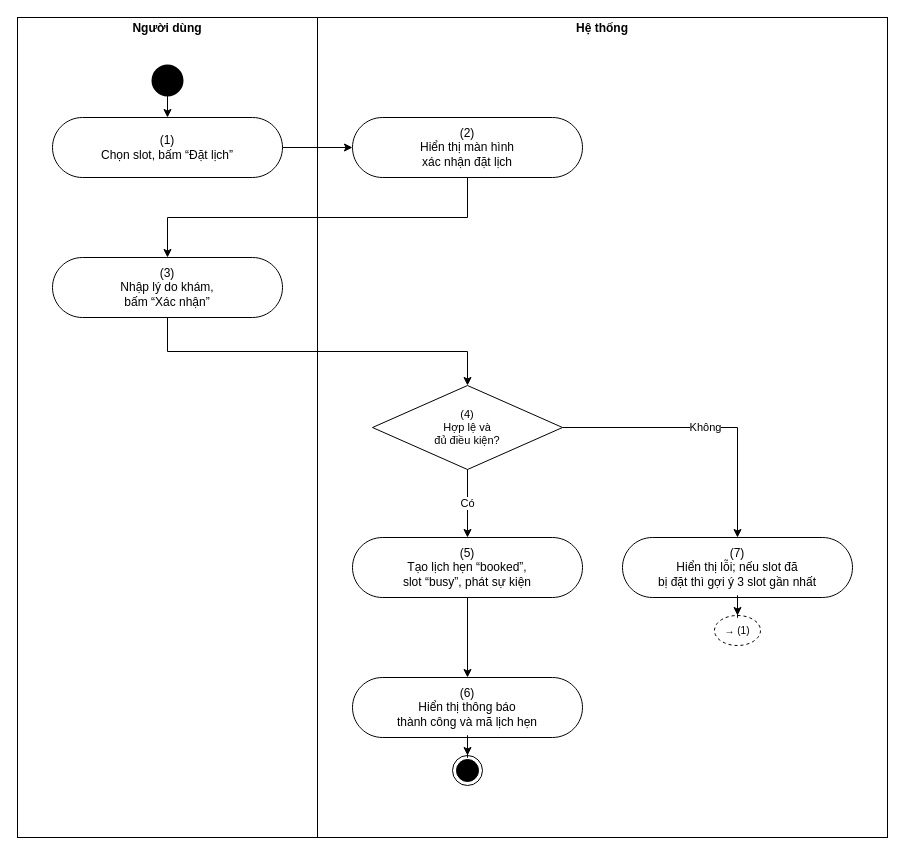
The draw.io diagram page "UC 2 Book an appointment" (2 of 9) of docs/02-requirements/srs/dist/diagrams/10-activity-scheduling.drawio in viethung12062005/smart-hospital-platform, before the edit. Source tidied: cells renumbered, new cells numbered last; positions are measured from the earlier drawing's top-left corner, leaving out a move shared by most shapes. Both pictures are drawn from the tidied source at 100%, with x=0, y=0 at pixel (17, 17).
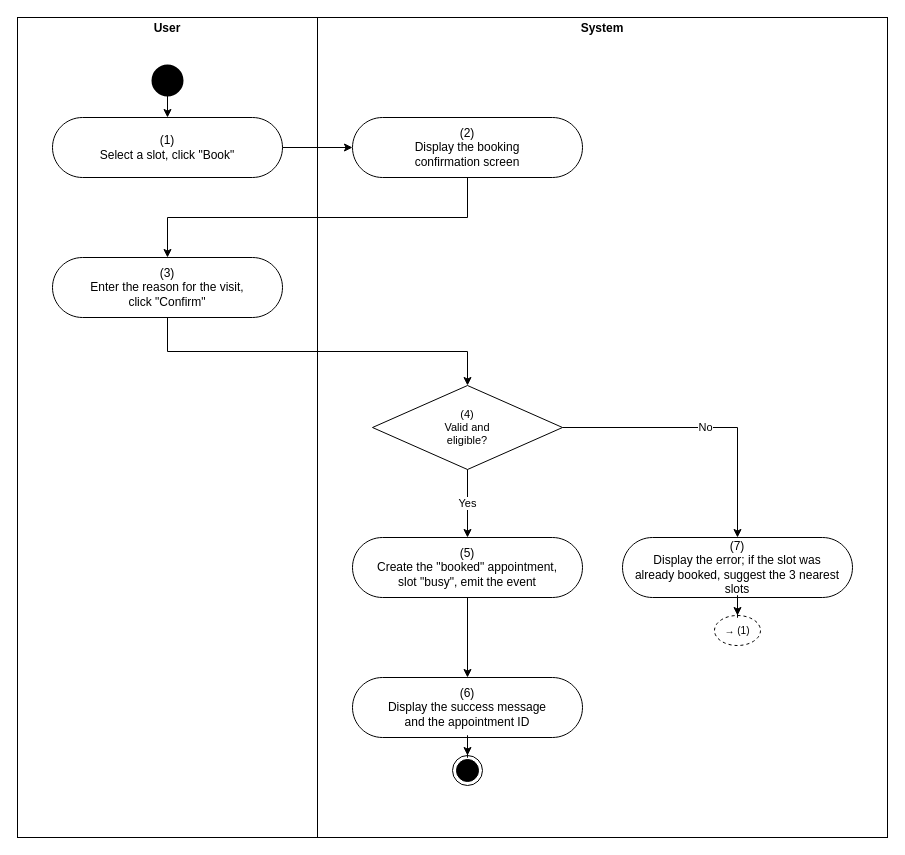
Above is the later version.

The edit, as a diff of the source:
```diff
@@
-    <mxCell id="2" value="&lt;p style=&quot;margin:0px;margin-top:4px;text-align:center&quot;&gt;&lt;b&gt;Người dùng&lt;/b&gt;&lt;/p&gt;" style="verticalAlign=top;align=left;overflow=fill;fontSize=12;fontFamily=Helvetica;html=1;rounded=0;shadow=0;strokeColor=#000000;gradientColor=none;whiteSpace=wrap;" parent="1" vertex="1">
+    <mxCell id="2" value="&lt;p style=&quot;margin:0px;margin-top:4px;text-align:center&quot;&gt;&lt;b&gt;User&lt;/b&gt;&lt;/p&gt;" style="verticalAlign=top;align=left;overflow=fill;fontSize=12;fontFamily=Helvetica;html=1;rounded=0;shadow=0;strokeColor=#000000;gradientColor=none;whiteSpace=wrap;" parent="1" vertex="1">
       <mxGeometry width="300" height="820" as="geometry" />
     </mxCell>
-    <mxCell id="3" value="&lt;p style=&quot;margin:0px;margin-top:4px;text-align:center&quot;&gt;&lt;b&gt;Hệ thống&lt;/b&gt;&lt;/p&gt;" style="verticalAlign=top;align=left;overflow=fill;fontSize=12;fontFamily=Helvetica;html=1;rounded=0;shadow=0;strokeColor=#000000;gradientColor=none;whiteSpace=wrap;" parent="1" vertex="1">
+    <mxCell id="3" value="&lt;p style=&quot;margin:0px;margin-top:4px;text-align:center&quot;&gt;&lt;b&gt;System&lt;/b&gt;&lt;/p&gt;" style="verticalAlign=top;align=left;overflow=fill;fontSize=12;fontFamily=Helvetica;html=1;rounded=0;shadow=0;strokeColor=#000000;gradientColor=none;whiteSpace=wrap;" parent="1" vertex="1">
       <mxGeometry x="300" width="570" height="820" as="geometry" />
     </mxCell>
-    <mxCell id="4" value="(1)&lt;br&gt;Chọn slot, bấm “Đặt lịch”" style="html=1;dashed=0;whitespace=wrap;shape=mxgraph.dfd.start;rounded=0;shadow=0;strokeColor=#000000;gradientColor=none;whiteSpace=wrap;fontSize=12;" parent="1" vertex="1">
+    <mxCell id="4" value="(1)&lt;br&gt;Select a slot, click &amp;quot;Book&amp;quot;" style="html=1;dashed=0;whitespace=wrap;shape=mxgraph.dfd.start;rounded=0;shadow=0;strokeColor=#000000;gradientColor=none;whiteSpace=wrap;fontSize=12;" parent="1" vertex="1">
       <mxGeometry x="35" y="100" width="230" height="60" as="geometry" />
     </mxCell>
-    <mxCell id="5" value="(2)&lt;br&gt;Hiển thị màn hình&lt;br&gt;xác nhận đặt lịch" style="html=1;dashed=0;whitespace=wrap;shape=mxgraph.dfd.start;rounded=0;shadow=0;strokeColor=#000000;gradientColor=none;whiteSpace=wrap;fontSize=12;" parent="1" vertex="1">
+    <mxCell id="5" value="(2)&lt;br&gt;Display the booking&lt;br&gt;confirmation screen" style="html=1;dashed=0;whitespace=wrap;shape=mxgraph.dfd.start;rounded=0;shadow=0;strokeColor=#000000;gradientColor=none;whiteSpace=wrap;fontSize=12;" parent="1" vertex="1">
       <mxGeometry x="335" y="100" width="230" height="60" as="geometry" />
     </mxCell>
-    <mxCell id="6" value="(3)&lt;br&gt;Nhập lý do khám,&lt;br&gt;bấm “Xác nhận”" style="html=1;dashed=0;whitespace=wrap;shape=mxgraph.dfd.start;rounded=0;shadow=0;strokeColor=#000000;gradientColor=none;whiteSpace=wrap;fontSize=12;" parent="1" vertex="1">
+    <mxCell id="6" value="(3)&lt;br&gt;Enter the reason for the visit,&lt;br&gt;click &amp;quot;Confirm&amp;quot;" style="html=1;dashed=0;whitespace=wrap;shape=mxgraph.dfd.start;rounded=0;shadow=0;strokeColor=#000000;gradientColor=none;whiteSpace=wrap;fontSize=12;" parent="1" vertex="1">
       <mxGeometry x="35" y="240" width="230" height="60" as="geometry" />
     </mxCell>
-    <mxCell id="7" value="(4)&lt;br&gt;Hợp lệ và&lt;br&gt;đủ điều kiện?" style="rhombus;html=1;whiteSpace=wrap;strokeColor=#000000;fontSize=11;" parent="1" vertex="1">
+    <mxCell id="7" value="(4)&lt;br&gt;Valid and&lt;br&gt;eligible?" style="rhombus;html=1;whiteSpace=wrap;strokeColor=#000000;fontSize=11;" parent="1" vertex="1">
       <mxGeometry x="355" y="368" width="190" height="84" as="geometry" />
     </mxCell>
-    <mxCell id="8" value="(5)&lt;br&gt;Tạo lịch hẹn “booked”,&lt;br&gt;slot “busy”, phát sự kiện" style="html=1;dashed=0;whitespace=wrap;shape=mxgraph.dfd.start;rounded=0;shadow=0;strokeColor=#000000;gradientColor=none;whiteSpace=wrap;fontSize=12;" parent="1" vertex="1">
+    <mxCell id="8" value="(5)&lt;br&gt;Create the &amp;quot;booked&amp;quot; appointment,&lt;br&gt;slot &amp;quot;busy&amp;quot;, emit the event" style="html=1;dashed=0;whitespace=wrap;shape=mxgraph.dfd.start;rounded=0;shadow=0;strokeColor=#000000;gradientColor=none;whiteSpace=wrap;fontSize=12;" parent="1" vertex="1">
       <mxGeometry x="335" y="520" width="230" height="60" as="geometry" />
     </mxCell>
-    <mxCell id="9" value="(6)&lt;br&gt;Hiển thị thông báo&lt;br&gt;thành công và mã lịch hẹn" style="html=1;dashed=0;whitespace=wrap;shape=mxgraph.dfd.start;rounded=0;shadow=0;strokeColor=#000000;gradientColor=none;whiteSpace=wrap;fontSize=12;" parent="1" vertex="1">
+    <mxCell id="9" value="(6)&lt;br&gt;Display the success message&lt;br&gt;and the appointment ID" style="html=1;dashed=0;whitespace=wrap;shape=mxgraph.dfd.start;rounded=0;shadow=0;strokeColor=#000000;gradientColor=none;whiteSpace=wrap;fontSize=12;" parent="1" vertex="1">
       <mxGeometry x="335" y="660" width="230" height="60" as="geometry" />
     </mxCell>
-    <mxCell id="10" value="(7)&lt;br&gt;Hiển thị lỗi; nếu slot đã&lt;br&gt;bị đặt thì gợi ý 3 slot gần nhất" style="html=1;dashed=0;whitespace=wrap;shape=mxgraph.dfd.start;rounded=0;shadow=0;strokeColor=#000000;gradientColor=none;whiteSpace=wrap;fontSize=12;" parent="1" vertex="1">
+    <mxCell id="10" value="(7)&lt;br&gt;Display the error; if the slot was&lt;br&gt;already booked, suggest the 3 nearest slots" style="html=1;dashed=0;whitespace=wrap;shape=mxgraph.dfd.start;rounded=0;shadow=0;strokeColor=#000000;gradientColor=none;whiteSpace=wrap;fontSize=12;" parent="1" vertex="1">
       <mxGeometry x="605" y="520" width="230" height="60" as="geometry" />
     </mxCell>
@@
-    <mxCell id="16" value="Có" style="edgeStyle=orthogonalEdgeStyle;rounded=0;jettySize=auto;html=1;exitX=0.5;exitY=1;exitDx=0;exitDy=0;entryX=0.5;entryY=0;entryDx=0;entryDy=0;" parent="1" edge="1" source="7" target="8">
+    <mxCell id="16" value="Yes" style="edgeStyle=orthogonalEdgeStyle;rounded=0;jettySize=auto;html=1;exitX=0.5;exitY=1;exitDx=0;exitDy=0;entryX=0.5;entryY=0;entryDx=0;entryDy=0;" parent="1" edge="1" source="7" target="8">
       <mxGeometry relative="1" as="geometry" />
     </mxCell>
-    <mxCell id="17" value="Không" style="edgeStyle=orthogonalEdgeStyle;rounded=0;jettySize=auto;html=1;exitX=1;exitY=0.5;exitDx=0;exitDy=0;entryX=0.5;entryY=0;entryDx=0;entryDy=0;" parent="1" edge="1" source="7" target="10">
+    <mxCell id="17" value="No" style="edgeStyle=orthogonalEdgeStyle;rounded=0;jettySize=auto;html=1;exitX=1;exitY=0.5;exitDx=0;exitDy=0;entryX=0.5;entryY=0;entryDx=0;entryDy=0;" parent="1" edge="1" source="7" target="10">
       <mxGeometry relative="1" as="geometry" />
     </mxCell>
```
